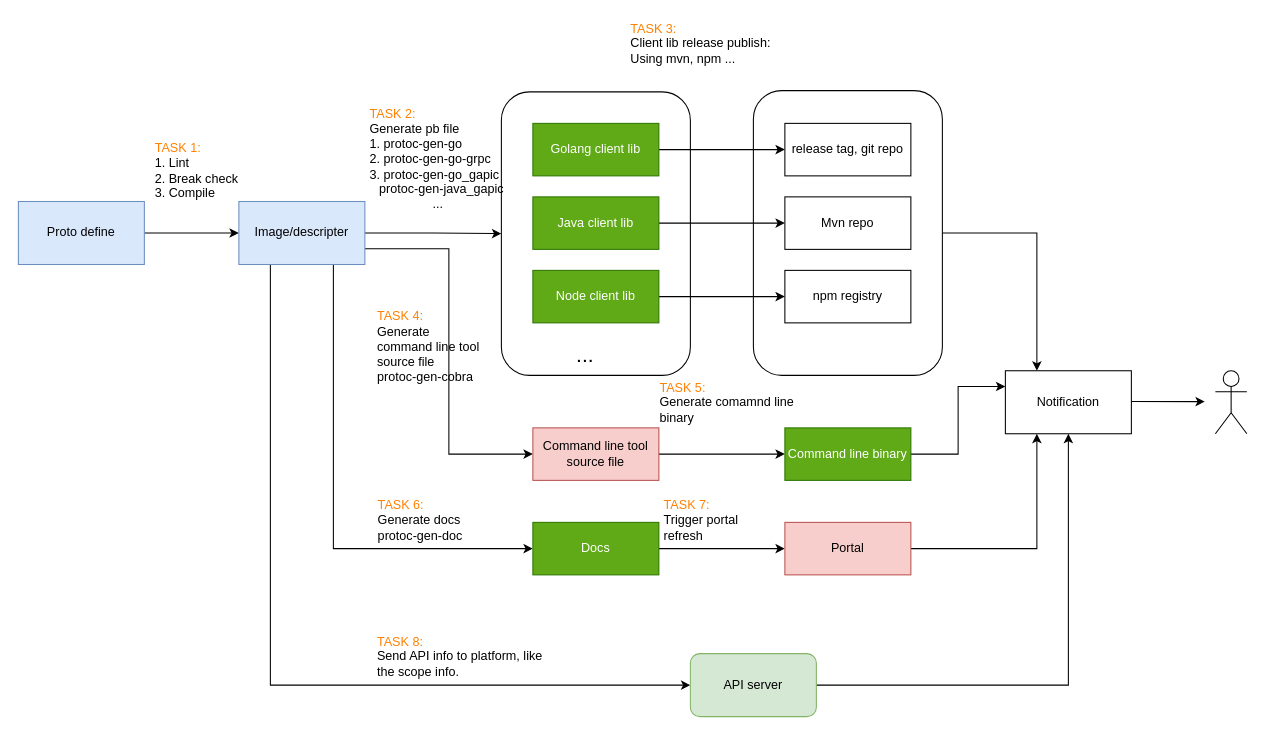
Before: page "Pipeline detail" (3 of 4) of HP/API_pipeline.drawio in zhangwm1987/mydraw_io, a draw.io diagram. Source tidied: cells renumbered, new cells numbered last; positions are measured from the earlier drawing's top-left corner, leaving out a move shared by most shapes. Both pictures are drawn from the tidied source at 105%, with x=0, y=0 at pixel (18, 18).
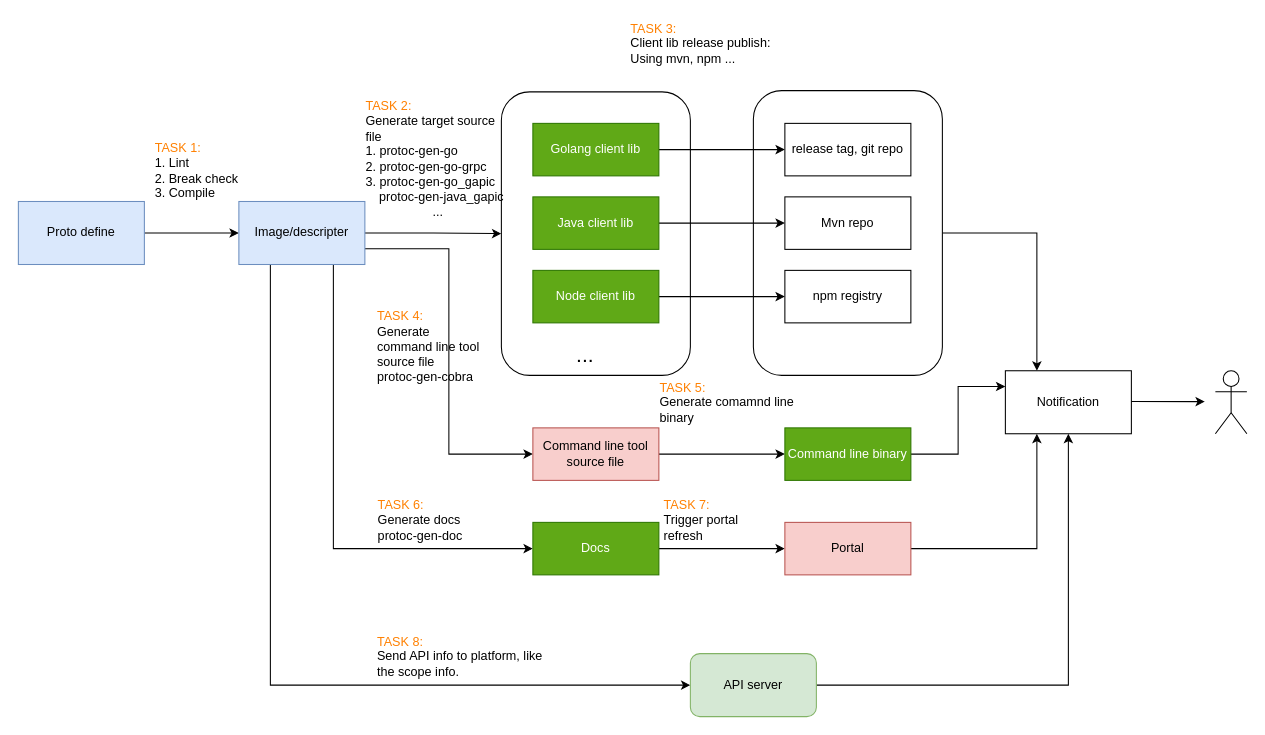
Above is the later version.

What changed in the source:
```diff
@@
-    <mxCell id="19" value="&lt;div style=&quot;text-align: left&quot;&gt;&lt;font color=&quot;#ff8000&quot;&gt;TASK 2:&lt;/font&gt;&lt;/div&gt;&lt;div style=&quot;text-align: left&quot;&gt;&lt;span&gt;Generate pb file&amp;nbsp;&lt;/span&gt;&lt;/div&gt;&lt;div style=&quot;text-align: left&quot;&gt;&lt;span&gt;1. protoc-gen-go&lt;/span&gt;&lt;/div&gt;&lt;div style=&quot;text-align: left&quot;&gt;&lt;span&gt;2. protoc-gen-go-grpc&lt;/span&gt;&lt;/div&gt;&lt;div style=&quot;text-align: left&quot;&gt;&lt;span&gt;3. protoc-gen-go_gapic&lt;/span&gt;&lt;span&gt;&amp;nbsp;&amp;nbsp;&lt;/span&gt;&lt;/div&gt;&lt;span&gt;&amp;nbsp; protoc-gen-java_gapic&lt;br&gt;...&lt;br&gt;&lt;/span&gt;" style="text;html=1;strokeColor=none;fillColor=none;align=center;verticalAlign=middle;whiteSpace=wrap;rounded=0;" parent="1" vertex="1">
+    <mxCell id="19" value="&lt;div style=&quot;text-align: left&quot;&gt;&lt;font color=&quot;#ff8000&quot;&gt;TASK 2:&lt;/font&gt;&lt;/div&gt;&lt;div style=&quot;text-align: left&quot;&gt;&lt;span&gt;Generate target source file&amp;nbsp;&lt;/span&gt;&lt;/div&gt;&lt;div style=&quot;text-align: left&quot;&gt;&lt;span&gt;1. protoc-gen-go&lt;/span&gt;&lt;/div&gt;&lt;div style=&quot;text-align: left&quot;&gt;&lt;span&gt;2. protoc-gen-go-grpc&lt;/span&gt;&lt;/div&gt;&lt;div style=&quot;text-align: left&quot;&gt;&lt;span&gt;3. protoc-gen-go_gapic&lt;/span&gt;&lt;span&gt;&amp;nbsp;&amp;nbsp;&lt;/span&gt;&lt;/div&gt;&lt;span&gt;&amp;nbsp; protoc-gen-java_gapic&lt;br&gt;...&lt;br&gt;&lt;/span&gt;" style="text;html=1;strokeColor=none;fillColor=none;align=center;verticalAlign=middle;whiteSpace=wrap;rounded=0;" parent="1" vertex="1">
       <mxGeometry x="330" y="68.8" width="140" height="130" as="geometry" />
     </mxCell>
```
